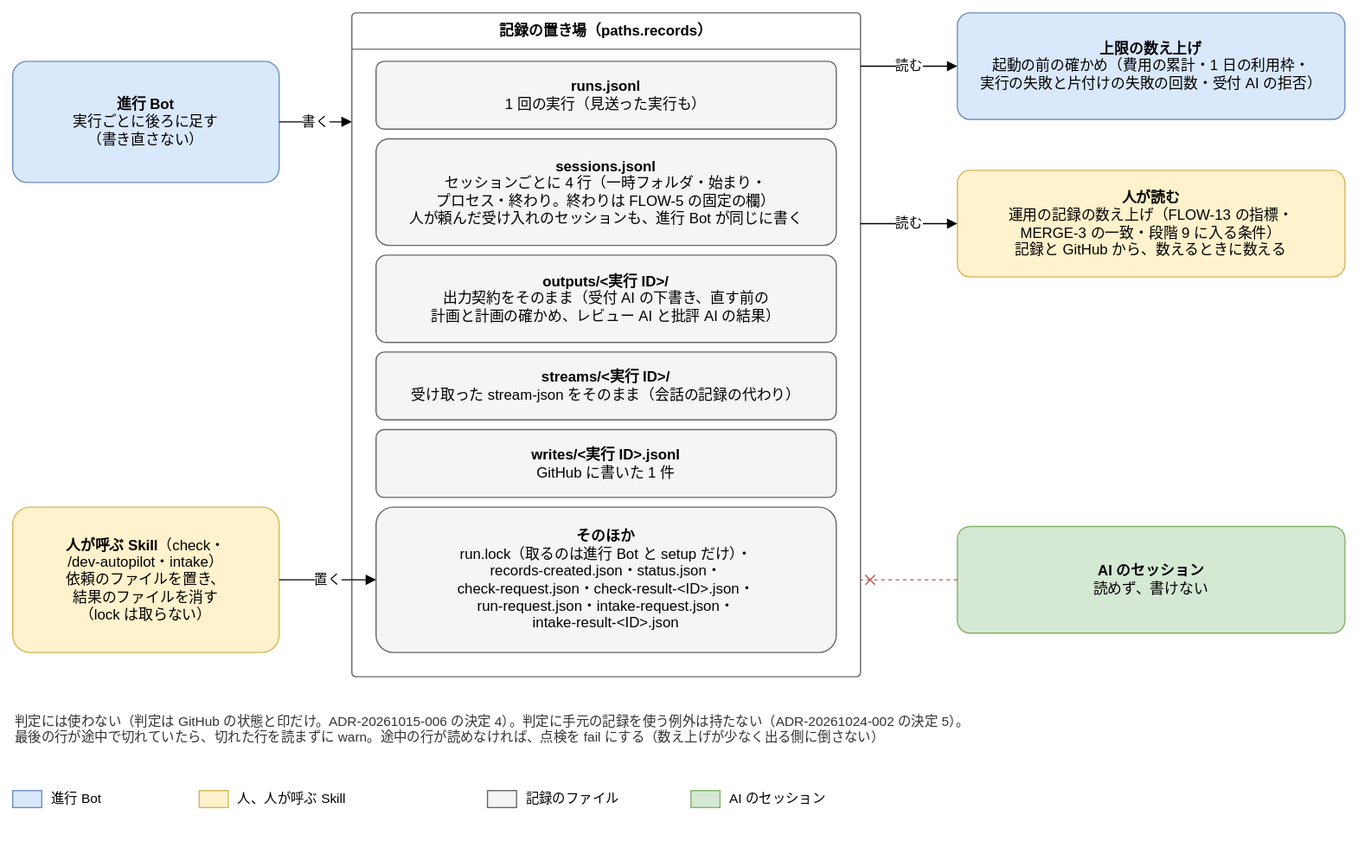
Joymerrevent/dev-autopilot keeps this draw.io diagram as docs/design/basic/diagrams/02-records.drawio.svg. Above is the earlier version. Source tidied: cells renumbered, new cells last; positions are measured from the earlier drawing's top-left corner, leaving out a move shared by most shapes.
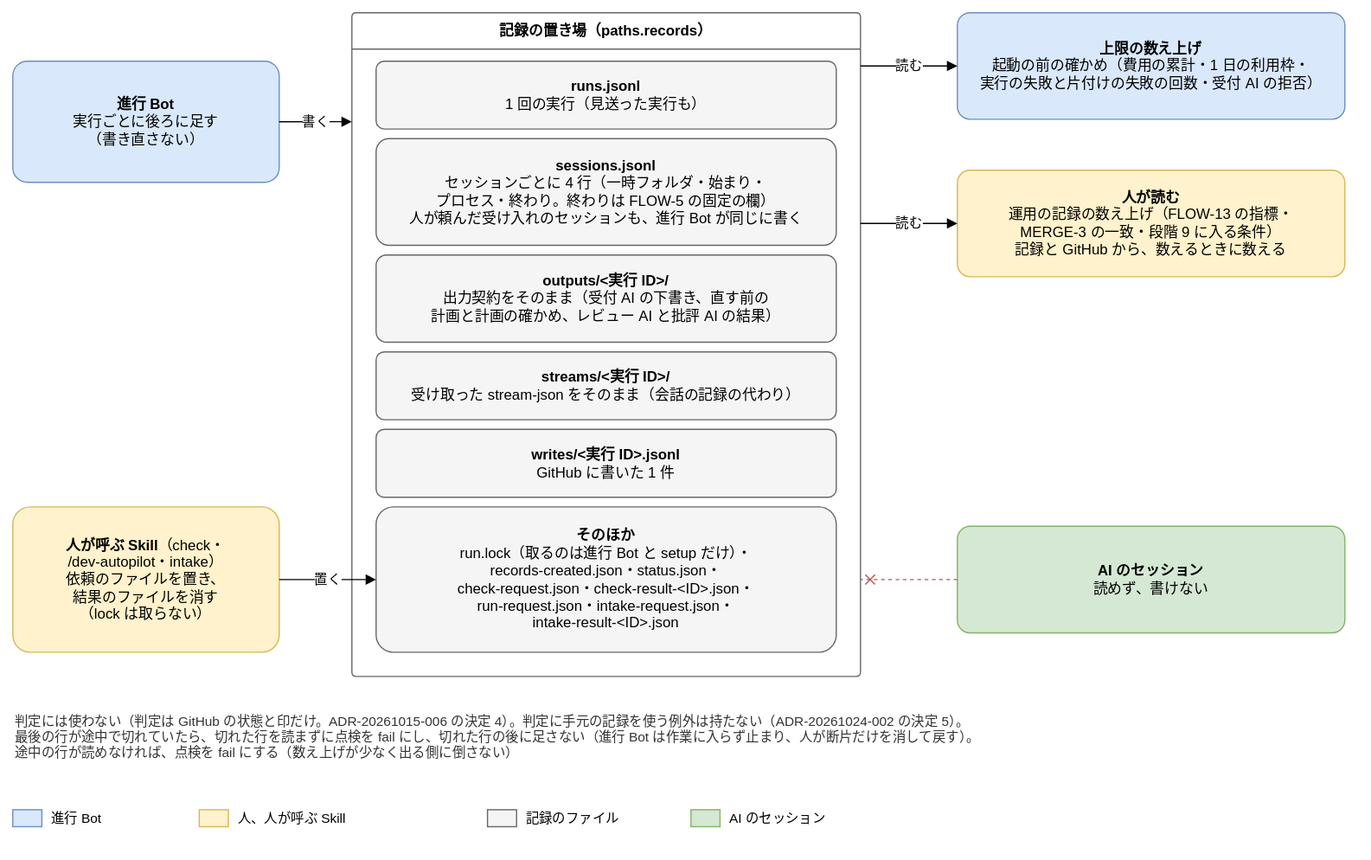
After the change.

Commit message:
docs(design): 基本設計の図（1 回の実行の流れと手元の記録）を、全体の停止の Issue を読む時と切れた行の扱いに合わせる

表と箇条を直した節の図を直す。

- 02-run-flow：順 3 の箱から全体の停止の Issue を外し、順 4 の箱で読む。「AI のセッションだけを
  起こさない」への線を順 4 から出す（M-78）。順 1 の線に「動かさない OS」を足し、止まる箱に
  「記録に書かず、標準エラーに 1 行」を足す（組をまたぐ決め事の、runs.jsonl に書かない終わり方）
- 02-records：注の切れた行を warn から fail にし、切れた行の後に足さず、人が断片を消して戻すと
  書く（H-14）

Claude-Session: https://claude.ai/code/session_01LvmXQN14Y95msvojZ6hWNP

Diff of the diagram source:
```diff
@@ -53,32 +53,32 @@
     <mxCell id="18" style="edgeStyle=orthogonalEdgeStyle;rounded=1;html=1;endArrow=block;endFill=1;fontSize=11;labelBackgroundColor=#ffffff;dashed=1;strokeColor=#b85450;endArrow=cross;endFill=0;exitX=0;exitY=0.5;exitDx=0;exitDy=0;entryX=1;entryY=0.854;entryDx=0;entryDy=0;" parent="1" edge="1" source="17" target="2">
       <mxGeometry relative="1" as="geometry" />
     </mxCell>
-    <mxCell id="19" value="判定には使わない（判定は GitHub の状態と印だけ。ADR-20261015-006 の決定 4）。判定に手元の記録を使う例外は持たない（ADR-20261024-002 の決定 5）。&lt;br&gt;最後の行が途中で切れていたら、切れた行を読まずに warn。途中の行が読めなければ、点検を fail にする（数え上げが少なく出る側に倒さない）" style="text;html=1;whiteSpace=wrap;align=left;verticalAlign=top;fontSize=11;fontColor=#333333;" parent="1" vertex="1">
-      <mxGeometry y="572" width="1100" height="44" as="geometry" />
+    <mxCell id="19" value="判定には使わない（判定は GitHub の状態と印だけ。ADR-20261015-006 の決定 4）。判定に手元の記録を使う例外は持たない（ADR-20261024-002 の決定 5）。&lt;br&gt;最後の行が途中で切れていたら、切れた行を読まずに点検を fail にし、切れた行の後に足さない（進行 Bot は作業に入らず止まり、人が断片だけを消して戻す）。&lt;br&gt;途中の行が読めなければ、点検を fail にする（数え上げが少なく出る側に倒さない）" style="text;html=1;whiteSpace=wrap;align=left;verticalAlign=top;fontSize=11;fontColor=#333333;" parent="1" vertex="1">
+      <mxGeometry y="572" width="1100" height="60" as="geometry" />
     </mxCell>
     <mxCell id="20" style="rounded=0;whiteSpace=wrap;html=1;fillColor=#dae8fc;strokeColor=#6c8ebf;" parent="1" vertex="1">
-      <mxGeometry y="642" width="24" height="14" as="geometry" />
+      <mxGeometry y="658" width="24" height="14" as="geometry" />
     </mxCell>
     <mxCell id="21" value="進行 Bot" style="text;html=1;whiteSpace=wrap;align=left;verticalAlign=middle;fontSize=11;" parent="1" vertex="1">
-      <mxGeometry x="30" y="636" width="104" height="26" as="geometry" />
+      <mxGeometry x="30" y="652" width="104" height="26" as="geometry" />
     </mxCell>
     <mxCell id="22" style="rounded=0;whiteSpace=wrap;html=1;fillColor=#fff2cc;strokeColor=#d6b656;" parent="1" vertex="1">
-      <mxGeometry x="154" y="642" width="24" height="14" as="geometry" />
+      <mxGeometry x="154" y="658" width="24" height="14" as="geometry" />
     </mxCell>
     <mxCell id="23" value="人、人が呼ぶ Skill" style="text;html=1;whiteSpace=wrap;align=left;verticalAlign=middle;fontSize=11;" parent="1" vertex="1">
-      <mxGeometry x="184" y="636" width="188" height="26" as="geometry" />
+      <mxGeometry x="184" y="652" width="188" height="26" as="geometry" />
     </mxCell>
     <mxCell id="24" style="rounded=0;whiteSpace=wrap;html=1;fillColor=#f5f5f5;strokeColor=#666666;" parent="1" vertex="1">
-      <mxGeometry x="392" y="642" width="24" height="14" as="geometry" />
+      <mxGeometry x="392" y="658" width="24" height="14" as="geometry" />
     </mxCell>
     <mxCell id="25" value="記録のファイル" style="text;html=1;whiteSpace=wrap;align=left;verticalAlign=middle;fontSize=11;" parent="1" vertex="1">
-      <mxGeometry x="422" y="636" width="118" height="26" as="geometry" />
+      <mxGeometry x="422" y="652" width="118" height="26" as="geometry" />
     </mxCell>
     <mxCell id="26" style="rounded=0;whiteSpace=wrap;html=1;fillColor=#d5e8d4;strokeColor=#82b366;" parent="1" vertex="1">
-      <mxGeometry x="560" y="642" width="24" height="14" as="geometry" />
+      <mxGeometry x="560" y="658" width="24" height="14" as="geometry" />
     </mxCell>
     <mxCell id="27" value="AI のセッション" style="text;html=1;whiteSpace=wrap;align=left;verticalAlign=middle;fontSize=11;" parent="1" vertex="1">
-      <mxGeometry x="590" y="636" width="146" height="26" as="geometry" />
+      <mxGeometry x="590" y="652" width="146" height="26" as="geometry" />
     </mxCell>
   </root>
 </mxGraphModel>
```
